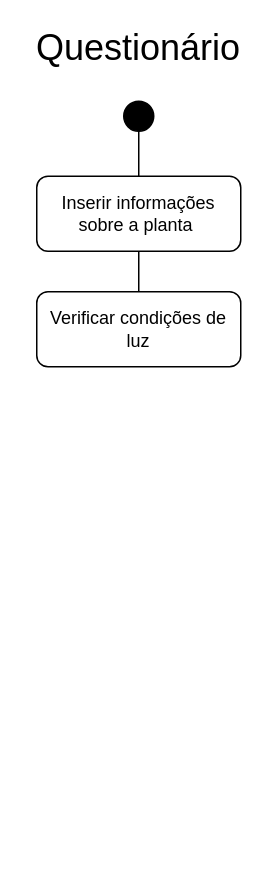
Thiago163/api_sistema_trienal keeps this draw.io diagram as questionario.drawio. Above is the earlier version. Source tidied: cells renumbered, new cells numbered last; positions are measured from the earlier drawing's top-left corner, leaving out a move shared by most shapes. Both pictures are drawn from the tidied source at 150%, with x=0, y=0 at pixel (26, 26).
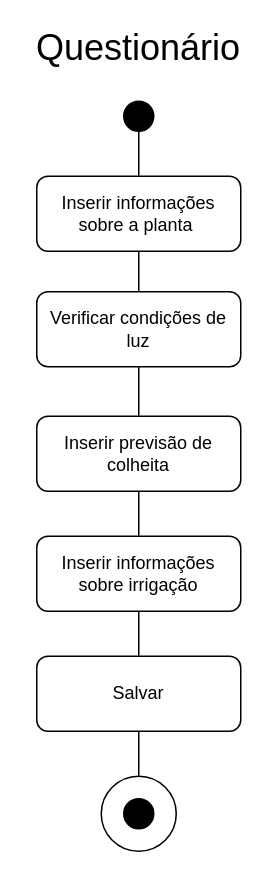
The same page after the edit.

Change to the diagram source:
```diff
@@
 <mxGraphModel>
   <root>
     <mxCell id="0" />
     <mxCell id="1" parent="0" />
     <mxCell id="2" style="ellipse;whiteSpace=wrap;html=1;fillColor=#000000;" parent="1" vertex="1">
       <mxGeometry x="65" y="50" width="20" height="20" as="geometry" />
     </mxCell>
     <mxCell id="3" value="Inserir informações sobre a planta&amp;nbsp;" style="rounded=1;whiteSpace=wrap;html=1;" parent="1" vertex="1">
       <mxGeometry x="7" y="100" width="136" height="50" as="geometry" />
     </mxCell>
     <mxCell id="4" value="&lt;font style=&quot;font-size: 24px;&quot;&gt;Questionário&lt;/font&gt;" style="text;html=1;align=center;verticalAlign=middle;whiteSpace=wrap;rounded=0;" parent="1" vertex="1">
       <mxGeometry width="150" height="30" as="geometry" />
     </mxCell>
     <mxCell id="5" style="endArrow=none;html=1;rounded=0;entryX=0.5;entryY=1;entryDx=0;entryDy=0;exitX=0.5;exitY=0;exitDx=0;exitDy=0;" parent="1" edge="1" source="3" target="2">
       <mxGeometry relative="1" as="geometry" />
     </mxCell>
     <mxCell id="6" style="endArrow=none;html=1;rounded=0;entryX=0.5;entryY=1;entryDx=0;entryDy=0;exitX=0.5;exitY=0;exitDx=0;exitDy=0;" parent="1" edge="1" source="7" target="3">
       <mxGeometry relative="1" as="geometry" />
     </mxCell>
     <mxCell id="7" value="Verificar c&lt;span style=&quot;background-color: initial;&quot;&gt;ondições de luz&lt;/span&gt;" style="rounded=1;whiteSpace=wrap;html=1;" parent="1" vertex="1">
       <mxGeometry x="7" y="177" width="136" height="50" as="geometry" />
     </mxCell>
+    <mxCell id="8" style="endArrow=none;html=1;rounded=0;entryX=0.5;entryY=1;entryDx=0;entryDy=0;exitX=0.5;exitY=0;exitDx=0;exitDy=0;" parent="1" edge="1" source="9" target="7">
+      <mxGeometry relative="1" as="geometry" />
+    </mxCell>
+    <mxCell id="9" value="Inserir previsão de colheita" style="rounded=1;whiteSpace=wrap;html=1;" parent="1" vertex="1">
+      <mxGeometry x="7" y="260" width="136" height="50" as="geometry" />
+    </mxCell>
+    <mxCell id="10" value="Inserir informações sobre irrigação" style="rounded=1;whiteSpace=wrap;html=1;" parent="1" vertex="1">
+      <mxGeometry x="7" y="340" width="136" height="50" as="geometry" />
+    </mxCell>
+    <mxCell id="11" style="endArrow=none;html=1;rounded=0;entryX=0.5;entryY=1;entryDx=0;entryDy=0;exitX=0.5;exitY=0;exitDx=0;exitDy=0;" parent="1" edge="1" source="10" target="9">
+      <mxGeometry relative="1" as="geometry" />
+    </mxCell>
+    <mxCell id="12" value="Salvar" style="rounded=1;whiteSpace=wrap;html=1;" parent="1" vertex="1">
+      <mxGeometry x="7" y="420" width="136" height="50" as="geometry" />
+    </mxCell>
+    <mxCell id="13" style="endArrow=none;html=1;rounded=0;entryX=0.5;entryY=1;entryDx=0;entryDy=0;exitX=0.5;exitY=0;exitDx=0;exitDy=0;" parent="1" edge="1" source="12" target="10">
+      <mxGeometry relative="1" as="geometry" />
+    </mxCell>
+    <mxCell id="14" style="ellipse;whiteSpace=wrap;html=1;" parent="1" vertex="1">
+      <mxGeometry x="50" y="500" width="50" height="50" as="geometry" />
+    </mxCell>
+    <mxCell id="15" style="ellipse;whiteSpace=wrap;html=1;fillColor=#000000;" parent="1" vertex="1">
+      <mxGeometry x="65" y="515" width="20" height="20" as="geometry" />
+    </mxCell>
+    <mxCell id="16" style="endArrow=none;html=1;rounded=0;entryX=0.5;entryY=1;entryDx=0;entryDy=0;exitX=0.5;exitY=0;exitDx=0;exitDy=0;" parent="1" edge="1" source="14" target="12">
+      <mxGeometry relative="1" as="geometry" />
+    </mxCell>
   </root>
 </mxGraphModel>
```
